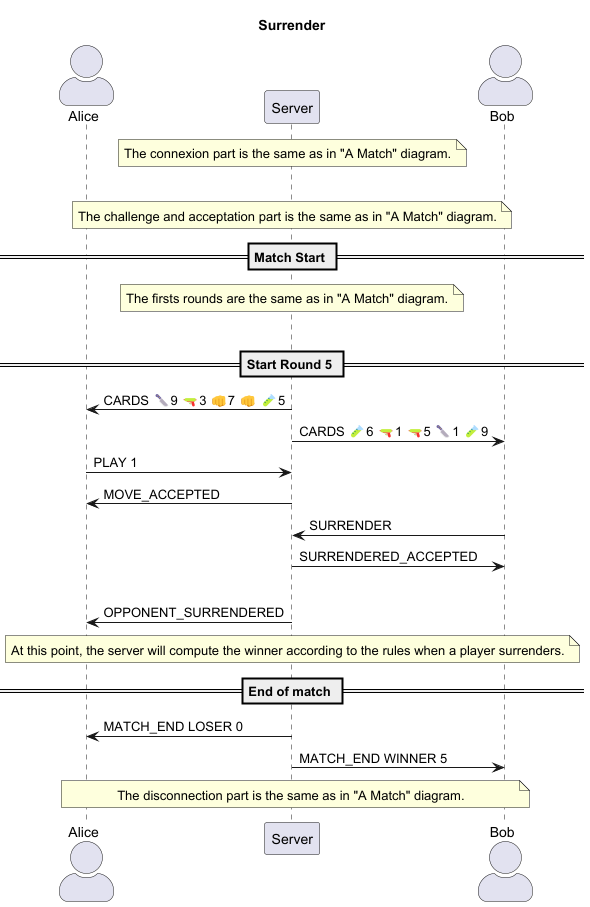
This is Documents/protocol_digrams/card-jitSUS-surrender.png from Ischi-Leyre/dai-pw2-card-jitSUS, a PlantUML export, as it was before one commit.
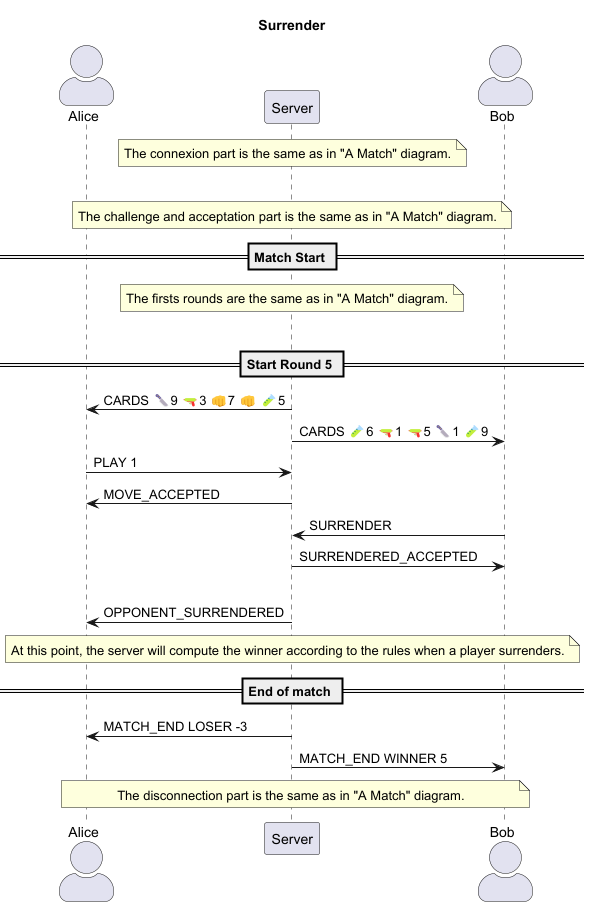
After the commit.

Commit message:
correction of return value

Diff of the diagram source:
```diff
@@ -40,7 +40,7 @@
 endnote
 
 == End of match ==
-s -> c1 : MATCH_END LOSER 0
+s -> c1 : MATCH_END LOSER -3
 s -> c2 : MATCH_END WINNER 5
 
 note over c1, c2
```
